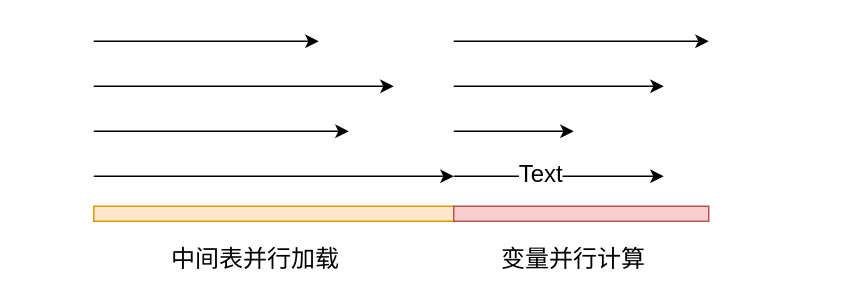
jintianfan/draw-arc keeps this draw.io diagram as wacai-preload.drawio. Above is the earlier version. Source tidied: cells renumbered, new cells numbered last; positions are measured from the earlier drawing's top-left corner, leaving out a move shared by most shapes. Both pictures are drawn from the tidied source at 150%, with x=0, y=0 at pixel (93, 40).
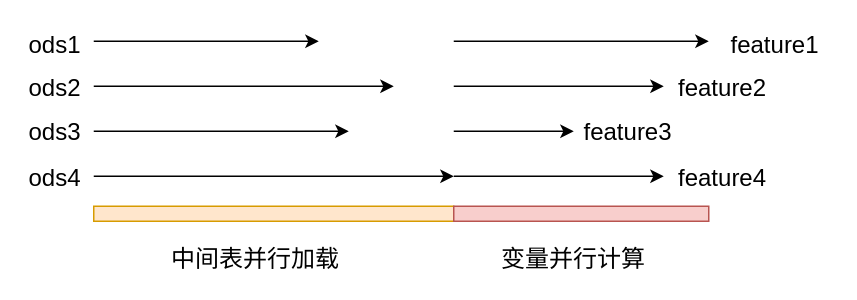
The same page after the edit.

The change refers to these unchanged cells:
```xml
<mxCell id="8" style="endArrow=classic;html=1;" parent="1" edge="1">
  <mxGeometry relative="1" as="geometry">
    <mxPoint x="240" y="90" as="sourcePoint" />
    <mxPoint x="380" y="90" as="targetPoint" />
  </mxGeometry>
</mxCell>
```

What changed in the source:
```diff
@@
-    <mxCell id="9" value="Text" style="text;html=1;align=center;verticalAlign=middle;labelBackgroundColor=#ffffff;fontSize=16;" parent="8" vertex="1">
-      <mxGeometry x="-0.19" y="3" relative="1" as="geometry" />
-    </mxCell>
@@
+    <mxCell id="15" value="feature1&lt;br&gt;" style="text;html=1;align=left;verticalAlign=top;spacingTop=-4;fontSize=16;" parent="1" vertex="1">
+      <mxGeometry x="422.5" y="-10" width="69" height="19" as="geometry" />
+    </mxCell>
+    <mxCell id="16" value="feature2" style="text;html=1;align=left;verticalAlign=top;spacingTop=-4;fontSize=16;" parent="1" vertex="1">
+      <mxGeometry x="388" y="19" width="69" height="19" as="geometry" />
+    </mxCell>
+    <mxCell id="17" value="feature3" style="text;html=1;align=left;verticalAlign=top;spacingTop=-4;fontSize=16;" parent="1" vertex="1">
+      <mxGeometry x="325" y="48" width="69" height="19" as="geometry" />
+    </mxCell>
+    <mxCell id="18" value="feature4" style="text;html=1;align=left;verticalAlign=top;spacingTop=-4;fontSize=16;" parent="1" vertex="1">
+      <mxGeometry x="388" y="79" width="69" height="19" as="geometry" />
+    </mxCell>
+    <mxCell id="19" value="ods1" style="text;html=1;align=left;verticalAlign=top;spacingTop=-4;fontSize=16;" parent="1" vertex="1">
+      <mxGeometry x="-45" y="-10" width="45" height="19" as="geometry" />
+    </mxCell>
+    <mxCell id="20" value="ods2" style="text;html=1;align=left;verticalAlign=top;spacingTop=-4;fontSize=16;" parent="1" vertex="1">
+      <mxGeometry x="-45" y="19" width="45" height="19" as="geometry" />
+    </mxCell>
+    <mxCell id="21" value="ods3" style="text;html=1;align=left;verticalAlign=top;spacingTop=-4;fontSize=16;" parent="1" vertex="1">
+      <mxGeometry x="-45" y="48" width="45" height="19" as="geometry" />
+    </mxCell>
+    <mxCell id="22" value="ods4" style="text;html=1;align=left;verticalAlign=top;spacingTop=-4;fontSize=16;" parent="1" vertex="1">
+      <mxGeometry x="-45" y="79" width="45" height="19" as="geometry" />
+    </mxCell>
```
